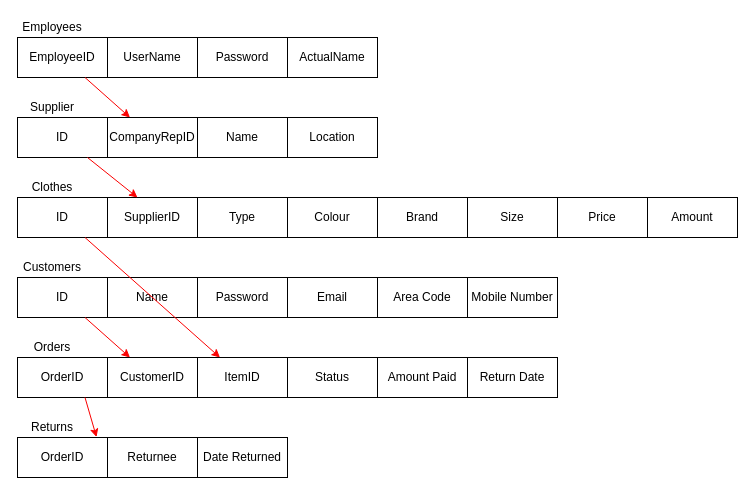
The draw.io diagram FE2RelationalModel.drawio in ClothingOnlineDatabase/ClothingStoreFiles, before the edit. Source tidied: cells renumbered, new cells numbered last; positions are measured from the earlier drawing's top-left corner, leaving out a move shared by most shapes. Both pictures are drawn from the tidied source at 100%, with x=0, y=0 at pixel (17, 17).
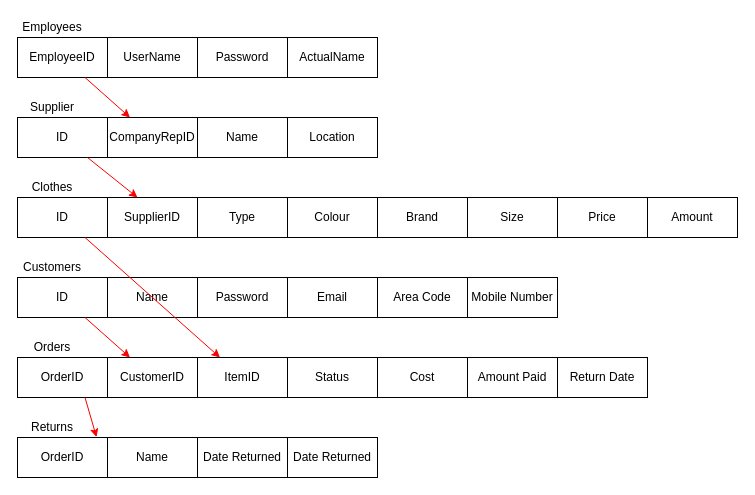
The same page after the edit.

Commit message (it also covers changes not shown here):
C17352286 Eoghan O'Brien

Updating Relational Model with EERD

The edit, as a diff of the source:
```diff
@@
     <mxCell id="33" value="Amount Paid" style="rounded=0;whiteSpace=wrap;html=1;" parent="1" vertex="1">
-      <mxGeometry x="360" y="340" width="90" height="40" as="geometry" />
+      <mxGeometry x="450" y="340" width="90" height="40" as="geometry" />
     </mxCell>
     <mxCell id="34" value="Return Date" style="rounded=0;whiteSpace=wrap;html=1;" parent="1" vertex="1">
-      <mxGeometry x="450" y="340" width="90" height="40" as="geometry" />
+      <mxGeometry x="540" y="340" width="90" height="40" as="geometry" />
     </mxCell>
@@
-    <mxCell id="37" value="Returnee" style="rounded=0;whiteSpace=wrap;html=1;" parent="1" vertex="1">
+    <mxCell id="37" value="Name" style="rounded=0;whiteSpace=wrap;html=1;" parent="1" vertex="1">
       <mxGeometry x="90" y="420" width="90" height="40" as="geometry" />
     </mxCell>
@@
+    <mxCell id="44" value="Cost" style="rounded=0;whiteSpace=wrap;html=1;" parent="1" vertex="1">
+      <mxGeometry x="360" y="340" width="90" height="40" as="geometry" />
+    </mxCell>
+    <mxCell id="45" value="Date Returned" style="rounded=0;whiteSpace=wrap;html=1;" parent="1" vertex="1">
+      <mxGeometry x="270" y="420" width="90" height="40" as="geometry" />
+    </mxCell>
```
